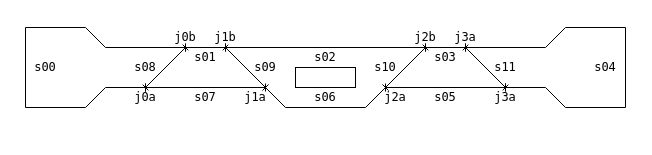
The draw.io diagram page "v2" (1 of 2) of ptcs/docs/路線図.drawio in plarailers/komabasai2024-b, before the edit. Source tidied: cells renumbered, new cells numbered last; positions are measured from the earlier drawing's top-left corner, leaving out a move shared by most shapes. Both pictures are drawn from the tidied source at 100%, with x=0, y=0 at pixel (25, 27).
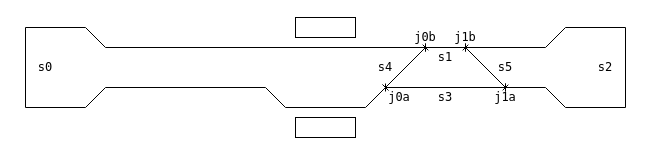
Above is the later version.

Commit message (it also covers changes not shown here):
路線図を更新

What changed in the source:
```diff
@@
     <mxCell id="2" style="endArrow=baseDash;html=1;rounded=0;startArrow=baseDash;startFill=0;endFill=0;" parent="1" edge="1">
       <mxGeometry relative="1" as="geometry">
-        <mxPoint x="160" y="20" as="sourcePoint" />
-        <mxPoint x="120" y="60" as="targetPoint" />
+        <mxPoint x="400" y="20" as="sourcePoint" />
+        <mxPoint x="360" y="60" as="targetPoint" />
         <Array as="points">
           <mxPoint x="80" y="20" />
           <mxPoint x="60" />
           <mxPoint />
           <mxPoint y="80" />
           <mxPoint x="60" y="80" />
           <mxPoint x="80" y="60" />
+          <mxPoint x="240" y="60" />
+          <mxPoint x="260" y="80" />
+          <mxPoint x="340" y="80" />
         </Array>
       </mxGeometry>
     </mxCell>
-    <mxCell id="3" style="endArrow=baseDash;html=1;rounded=0;startArrow=baseDash;startFill=0;endFill=0;" parent="1" edge="1">
-      <mxGeometry relative="1" as="geometry">
-        <mxPoint x="120" y="60" as="sourcePoint" />
-        <mxPoint x="240" y="60" as="targetPoint" />
-      </mxGeometry>
-    </mxCell>
-    <mxCell id="4" style="endArrow=baseDash;html=1;rounded=0;startArrow=baseDash;startFill=0;endFill=0;" parent="1" edge="1">
-      <mxGeometry relative="1" as="geometry">
-        <mxPoint x="160" y="20" as="sourcePoint" />
-        <mxPoint x="200" y="20" as="targetPoint" />
-      </mxGeometry>
-    </mxCell>
-    <mxCell id="5" style="endArrow=baseDash;html=1;rounded=0;startArrow=baseDash;startFill=0;endFill=0;" parent="1" edge="1">
-      <mxGeometry relative="1" as="geometry">
-        <mxPoint x="120" y="60" as="sourcePoint" />
-        <mxPoint x="160" y="20" as="targetPoint" />
-      </mxGeometry>
-    </mxCell>
-    <mxCell id="6" style="endArrow=baseDash;html=1;rounded=0;startArrow=baseDash;startFill=0;endFill=0;" parent="1" edge="1">
-      <mxGeometry relative="1" as="geometry">
-        <mxPoint x="240" y="60" as="sourcePoint" />
-        <mxPoint x="200" y="20" as="targetPoint" />
-      </mxGeometry>
-    </mxCell>
-    <mxCell id="7" style="endArrow=baseDash;html=1;rounded=0;startArrow=baseDash;startFill=0;endFill=0;" parent="1" edge="1">
-      <mxGeometry relative="1" as="geometry">
-        <mxPoint x="360" y="60" as="sourcePoint" />
-        <mxPoint x="240" y="60" as="targetPoint" />
-        <Array as="points">
-          <mxPoint x="340" y="80" />
-          <mxPoint x="260" y="80" />
-        </Array>
-      </mxGeometry>
-    </mxCell>
@@
-    <mxCell id="12" style="endArrow=baseDash;html=1;rounded=0;startArrow=baseDash;startFill=0;endFill=0;" parent="1" edge="1">
-      <mxGeometry relative="1" as="geometry">
-        <mxPoint x="200" y="20" as="sourcePoint" />
-        <mxPoint x="400" y="20" as="targetPoint" />
-      </mxGeometry>
-    </mxCell>
@@
     <mxCell id="14" style="rounded=0;whiteSpace=wrap;html=1;" parent="1" vertex="1">
-      <mxGeometry x="270" y="40" width="60" height="20" as="geometry" />
+      <mxGeometry x="270" y="-10" width="60" height="20" as="geometry" />
     </mxCell>
-    <mxCell id="15" value="j0b" style="text;html=1;strokeColor=none;fillColor=none;align=center;verticalAlign=middle;whiteSpace=wrap;rounded=0;fontFamily=Lucida Console;" parent="1" vertex="1">
-      <mxGeometry x="140" width="40" height="20" as="geometry" />
-    </mxCell>
-    <mxCell id="16" value="j0a" style="text;html=1;strokeColor=none;fillColor=none;align=center;verticalAlign=middle;whiteSpace=wrap;rounded=0;fontFamily=Lucida Console;" parent="1" vertex="1">
-      <mxGeometry x="100" y="60" width="40" height="20" as="geometry" />
-    </mxCell>
-    <mxCell id="17" value="j1b" style="text;html=1;strokeColor=none;fillColor=none;align=center;verticalAlign=middle;whiteSpace=wrap;rounded=0;fontFamily=Lucida Console;" parent="1" vertex="1">
-      <mxGeometry x="180" width="40" height="20" as="geometry" />
-    </mxCell>
-    <mxCell id="18" value="j1a" style="text;html=1;strokeColor=none;fillColor=none;align=center;verticalAlign=middle;whiteSpace=wrap;rounded=0;fontFamily=Lucida Console;" parent="1" vertex="1">
-      <mxGeometry x="210" y="60" width="40" height="20" as="geometry" />
-    </mxCell>
-    <mxCell id="19" value="j2a" style="text;html=1;strokeColor=none;fillColor=none;align=center;verticalAlign=middle;whiteSpace=wrap;rounded=0;fontFamily=Lucida Console;" parent="1" vertex="1">
-      <mxGeometry x="350" y="60" width="40" height="20" as="geometry" />
+    <mxCell id="19" value="j0a" style="text;html=1;strokeColor=none;fillColor=none;align=center;verticalAlign=middle;whiteSpace=wrap;rounded=0;fontFamily=Lucida Console;" parent="1" vertex="1">
+      <mxGeometry x="354" y="60" width="40" height="20" as="geometry" />
     </mxCell>
-    <mxCell id="20" value="j2b" style="text;html=1;strokeColor=none;fillColor=none;align=center;verticalAlign=middle;whiteSpace=wrap;rounded=0;fontFamily=Lucida Console;" parent="1" vertex="1">
+    <mxCell id="20" value="j0b" style="text;html=1;strokeColor=none;fillColor=none;align=center;verticalAlign=middle;whiteSpace=wrap;rounded=0;fontFamily=Lucida Console;" parent="1" vertex="1">
       <mxGeometry x="380" width="40" height="20" as="geometry" />
     </mxCell>
-    <mxCell id="21" value="j3a" style="text;html=1;strokeColor=none;fillColor=none;align=center;verticalAlign=middle;whiteSpace=wrap;rounded=0;fontFamily=Lucida Console;" parent="1" vertex="1">
+    <mxCell id="21" value="j1a" style="text;html=1;strokeColor=none;fillColor=none;align=center;verticalAlign=middle;whiteSpace=wrap;rounded=0;fontFamily=Lucida Console;" parent="1" vertex="1">
       <mxGeometry x="460" y="60" width="40" height="20" as="geometry" />
     </mxCell>
-    <mxCell id="22" value="j3a" style="text;html=1;strokeColor=none;fillColor=none;align=center;verticalAlign=middle;whiteSpace=wrap;rounded=0;fontFamily=Lucida Console;" parent="1" vertex="1">
+    <mxCell id="22" value="j1b" style="text;html=1;strokeColor=none;fillColor=none;align=center;verticalAlign=middle;whiteSpace=wrap;rounded=0;fontFamily=Lucida Console;" parent="1" vertex="1">
       <mxGeometry x="420" width="40" height="20" as="geometry" />
     </mxCell>
-    <mxCell id="23" value="s00" style="text;html=1;strokeColor=none;fillColor=none;align=center;verticalAlign=middle;whiteSpace=wrap;rounded=0;fontFamily=Lucida Console;" parent="1" vertex="1">
+    <mxCell id="23" value="s0" style="text;html=1;strokeColor=none;fillColor=none;align=center;verticalAlign=middle;whiteSpace=wrap;rounded=0;fontFamily=Lucida Console;" parent="1" vertex="1">
       <mxGeometry y="30" width="40" height="20" as="geometry" />
     </mxCell>
-    <mxCell id="24" value="s01" style="text;html=1;strokeColor=none;fillColor=none;align=center;verticalAlign=middle;whiteSpace=wrap;rounded=0;fontFamily=Lucida Console;" parent="1" vertex="1">
-      <mxGeometry x="160" y="20" width="40" height="20" as="geometry" />
-    </mxCell>
-    <mxCell id="25" value="s02" style="text;html=1;strokeColor=none;fillColor=none;align=center;verticalAlign=middle;whiteSpace=wrap;rounded=0;fontFamily=Lucida Console;" parent="1" vertex="1">
-      <mxGeometry x="280" y="20" width="40" height="20" as="geometry" />
-    </mxCell>
-    <mxCell id="26" value="s03" style="text;html=1;strokeColor=none;fillColor=none;align=center;verticalAlign=middle;whiteSpace=wrap;rounded=0;fontFamily=Lucida Console;" parent="1" vertex="1">
+    <mxCell id="26" value="s1" style="text;html=1;strokeColor=none;fillColor=none;align=center;verticalAlign=middle;whiteSpace=wrap;rounded=0;fontFamily=Lucida Console;" parent="1" vertex="1">
       <mxGeometry x="400" y="20" width="40" height="20" as="geometry" />
     </mxCell>
-    <mxCell id="27" value="s04" style="text;html=1;strokeColor=none;fillColor=none;align=center;verticalAlign=middle;whiteSpace=wrap;rounded=0;fontFamily=Lucida Console;" parent="1" vertex="1">
+    <mxCell id="27" value="s2" style="text;html=1;strokeColor=none;fillColor=none;align=center;verticalAlign=middle;whiteSpace=wrap;rounded=0;fontFamily=Lucida Console;" parent="1" vertex="1">
       <mxGeometry x="560" y="30" width="40" height="20" as="geometry" />
     </mxCell>
-    <mxCell id="28" value="s05" style="text;html=1;strokeColor=none;fillColor=none;align=center;verticalAlign=middle;whiteSpace=wrap;rounded=0;fontFamily=Lucida Console;" parent="1" vertex="1">
+    <mxCell id="28" value="s3" style="text;html=1;strokeColor=none;fillColor=none;align=center;verticalAlign=middle;whiteSpace=wrap;rounded=0;fontFamily=Lucida Console;" parent="1" vertex="1">
       <mxGeometry x="400" y="60" width="40" height="20" as="geometry" />
     </mxCell>
-    <mxCell id="29" value="s06" style="text;html=1;strokeColor=none;fillColor=none;align=center;verticalAlign=middle;whiteSpace=wrap;rounded=0;fontFamily=Lucida Console;" parent="1" vertex="1">
-      <mxGeometry x="280" y="60" width="40" height="20" as="geometry" />
-    </mxCell>
-    <mxCell id="30" value="s07" style="text;html=1;strokeColor=none;fillColor=none;align=center;verticalAlign=middle;whiteSpace=wrap;rounded=0;fontFamily=Lucida Console;" parent="1" vertex="1">
-      <mxGeometry x="160" y="60" width="40" height="20" as="geometry" />
-    </mxCell>
-    <mxCell id="31" value="s08" style="text;html=1;strokeColor=none;fillColor=none;align=center;verticalAlign=middle;whiteSpace=wrap;rounded=0;fontFamily=Lucida Console;" parent="1" vertex="1">
-      <mxGeometry x="100" y="30" width="40" height="20" as="geometry" />
-    </mxCell>
-    <mxCell id="32" value="s09" style="text;html=1;strokeColor=none;fillColor=none;align=center;verticalAlign=middle;whiteSpace=wrap;rounded=0;fontFamily=Lucida Console;" parent="1" vertex="1">
-      <mxGeometry x="220" y="30" width="40" height="20" as="geometry" />
-    </mxCell>
-    <mxCell id="33" value="s10" style="text;html=1;strokeColor=none;fillColor=none;align=center;verticalAlign=middle;whiteSpace=wrap;rounded=0;fontFamily=Lucida Console;" parent="1" vertex="1">
+    <mxCell id="33" value="s4" style="text;html=1;strokeColor=none;fillColor=none;align=center;verticalAlign=middle;whiteSpace=wrap;rounded=0;fontFamily=Lucida Console;" parent="1" vertex="1">
       <mxGeometry x="340" y="30" width="40" height="20" as="geometry" />
     </mxCell>
-    <mxCell id="34" value="s11" style="text;html=1;strokeColor=none;fillColor=none;align=center;verticalAlign=middle;whiteSpace=wrap;rounded=0;fontFamily=Lucida Console;" parent="1" vertex="1">
+    <mxCell id="34" value="s5" style="text;html=1;strokeColor=none;fillColor=none;align=center;verticalAlign=middle;whiteSpace=wrap;rounded=0;fontFamily=Lucida Console;" parent="1" vertex="1">
       <mxGeometry x="460" y="30" width="40" height="20" as="geometry" />
     </mxCell>
+    <mxCell id="35" style="rounded=0;whiteSpace=wrap;html=1;" parent="1" vertex="1">
+      <mxGeometry x="270" y="90" width="60" height="20" as="geometry" />
+    </mxCell>
```
